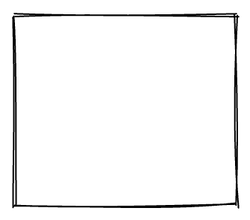
Above: arch.png in movement-ame520/movement-ame520.github.io (Excalidraw), before the change. Source tidied: one line per element, renumbered; positions are measured from the earlier drawing's top-left corner, leaving out a move shared by most shapes. The source it was exported from:
```json
{"id": 0, "type": "rectangle", "strokeColor": "#000000", "strokeWidth": 1, "roughness": 1, "x": 0, "y": 0, "width": 147, "height": 127}
```
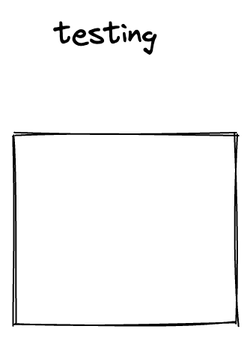
Later version of the same file.

The edit, as a diff of the source:
```diff
@@ -1,1 +1,2 @@
 {"id": 0, "type": "rectangle", "strokeColor": "#000000", "strokeWidth": 1, "roughness": 1, "x": 0, "y": 0, "width": 147, "height": 127}
+{"id": 1, "type": "text", "text": "testing\n", "strokeColor": "#000000", "strokeWidth": 1, "roughness": 1, "fontSize": 20, "fontFamily": 1, "x": 27, "y": -79, "width": 69, "height": 50}
```
